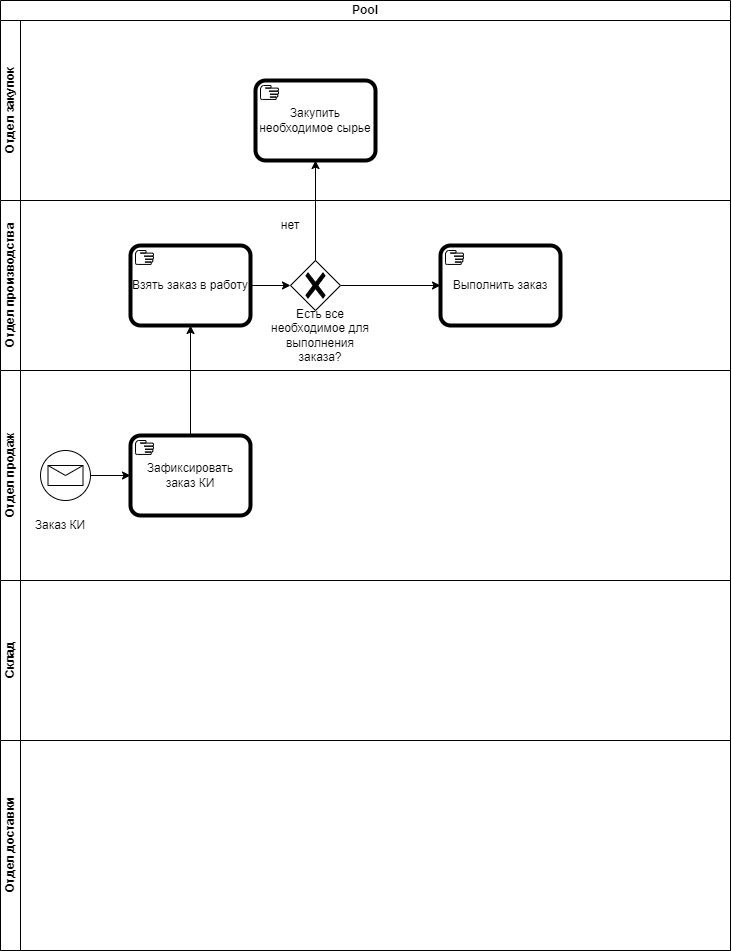
Before: BPMN.drawio.png, a diagram exported from draw.io (SofiyaBrodnikova/-educational). Source tidied: cells renumbered, new cells last; positions are measured from the earlier drawing's top-left corner, leaving out a move shared by most shapes. The source it was exported from:
```xml
<mxGraphModel>
  <root>
    <mxCell id="0" />
    <mxCell id="1" parent="0" />
    <mxCell id="2" value="Pool" style="swimlane;html=1;horizontal=1;startSize=20;whiteSpace=wrap;" parent="1" vertex="1">
      <mxGeometry width="730" height="950" as="geometry" />
    </mxCell>
    <mxCell id="3" value="Отдел закупок" style="swimlane;html=1;startSize=20;horizontal=0;" parent="2" vertex="1">
      <mxGeometry y="20" width="730" height="180" as="geometry" />
    </mxCell>
    <mxCell id="4" value="Закупить необходимое сырье" style="points=[[0.25,0,0],[0.5,0,0],[0.75,0,0],[1,0.25,0],[1,0.5,0],[1,0.75,0],[0.75,1,0],[0.5,1,0],[0.25,1,0],[0,0.75,0],[0,0.5,0],[0,0.25,0]];shape=mxgraph.bpmn.task2;whiteSpace=wrap;rectStyle=rounded;size=10;html=1;bpmnShapeType=call;taskMarker=manual;" parent="3" vertex="1">
      <mxGeometry x="255" y="60" width="120" height="80" as="geometry" />
    </mxCell>
    <mxCell id="5" value="Отдел производства" style="swimlane;html=1;startSize=20;horizontal=0;" parent="2" vertex="1">
      <mxGeometry y="200" width="730" height="170" as="geometry" />
    </mxCell>
    <mxCell id="6" value="Взять заказ в работу" style="points=[[0.25,0,0],[0.5,0,0],[0.75,0,0],[1,0.25,0],[1,0.5,0],[1,0.75,0],[0.75,1,0],[0.5,1,0],[0.25,1,0],[0,0.75,0],[0,0.5,0],[0,0.25,0]];shape=mxgraph.bpmn.task2;whiteSpace=wrap;rectStyle=rounded;size=10;html=1;bpmnShapeType=call;taskMarker=manual;" parent="5" vertex="1">
      <mxGeometry x="130" y="45" width="120" height="80" as="geometry" />
    </mxCell>
    <mxCell id="7" style="edgeStyle=orthogonalEdgeStyle;rounded=0;jettySize=auto;html=1;exitX=1;exitY=0.5;exitDx=0;exitDy=0;exitPerimeter=0;" parent="5" edge="1" source="8" target="12">
      <mxGeometry relative="1" as="geometry" />
    </mxCell>
    <mxCell id="8" style="points=[[0.25,0.25,0],[0.5,0,0],[0.75,0.25,0],[1,0.5,0],[0.75,0.75,0],[0.5,1,0],[0.25,0.75,0],[0,0.5,0]];shape=mxgraph.bpmn.gateway2;html=1;verticalLabelPosition=bottom;labelBackgroundColor=#ffffff;verticalAlign=top;align=center;perimeter=rhombusPerimeter;outlineConnect=0;outline=none;symbol=none;gwType=exclusive;" parent="5" vertex="1">
      <mxGeometry x="290" y="60" width="50" height="50" as="geometry" />
    </mxCell>
    <mxCell id="9" value="Есть все необходимое для выполнения заказа?" style="text;strokeColor=none;align=center;fillColor=none;html=1;verticalAlign=middle;whiteSpace=wrap;rounded=0;" parent="5" vertex="1">
      <mxGeometry x="270" y="110" width="100" height="50" as="geometry" />
    </mxCell>
    <mxCell id="10" style="edgeStyle=orthogonalEdgeStyle;rounded=0;jettySize=auto;html=1;exitX=1;exitY=0.5;exitDx=0;exitDy=0;exitPerimeter=0;entryX=0;entryY=0.5;entryDx=0;entryDy=0;entryPerimeter=0;" parent="5" edge="1" source="6" target="8">
      <mxGeometry relative="1" as="geometry" />
    </mxCell>
    <mxCell id="11" value="нет" style="text;strokeColor=none;align=center;fillColor=none;html=1;verticalAlign=middle;whiteSpace=wrap;rounded=0;" parent="5" vertex="1">
      <mxGeometry x="260" y="10" width="60" height="30" as="geometry" />
    </mxCell>
    <mxCell id="12" value="Выполнить заказ" style="points=[[0.25,0,0],[0.5,0,0],[0.75,0,0],[1,0.25,0],[1,0.5,0],[1,0.75,0],[0.75,1,0],[0.5,1,0],[0.25,1,0],[0,0.75,0],[0,0.5,0],[0,0.25,0]];shape=mxgraph.bpmn.task2;whiteSpace=wrap;rectStyle=rounded;size=10;html=1;bpmnShapeType=call;taskMarker=manual;" parent="5" vertex="1">
      <mxGeometry x="440" y="45" width="120" height="80" as="geometry" />
    </mxCell>
    <mxCell id="13" value="Отдел продаж" style="swimlane;html=1;startSize=20;horizontal=0;" parent="2" vertex="1">
      <mxGeometry y="370" width="730" height="210" as="geometry" />
    </mxCell>
    <mxCell id="14" value="Зафиксировать заказ КИ" style="points=[[0.25,0,0],[0.5,0,0],[0.75,0,0],[1,0.25,0],[1,0.5,0],[1,0.75,0],[0.75,1,0],[0.5,1,0],[0.25,1,0],[0,0.75,0],[0,0.5,0],[0,0.25,0]];shape=mxgraph.bpmn.task2;whiteSpace=wrap;rectStyle=rounded;size=10;html=1;bpmnShapeType=call;taskMarker=manual;" parent="13" vertex="1">
      <mxGeometry x="130" y="65" width="120" height="80" as="geometry" />
    </mxCell>
    <mxCell id="15" style="points=[[0.145,0.145,0],[0.5,0,0],[0.855,0.145,0],[1,0.5,0],[0.855,0.855,0],[0.5,1,0],[0.145,0.855,0],[0,0.5,0]];shape=mxgraph.bpmn.event;html=1;verticalLabelPosition=bottom;labelBackgroundColor=#ffffff;verticalAlign=top;align=center;perimeter=ellipsePerimeter;outlineConnect=0;outline=standard;symbol=message;" parent="13" vertex="1">
      <mxGeometry x="40" y="80" width="50" height="50" as="geometry" />
    </mxCell>
    <mxCell id="16" style="edgeStyle=orthogonalEdgeStyle;rounded=0;jettySize=auto;html=1;exitX=1;exitY=0.5;exitDx=0;exitDy=0;exitPerimeter=0;entryX=0;entryY=0.5;entryDx=0;entryDy=0;entryPerimeter=0;" parent="13" edge="1" source="15" target="14">
      <mxGeometry relative="1" as="geometry" />
    </mxCell>
    <mxCell id="17" value="Заказ КИ" style="text;strokeColor=none;align=center;fillColor=none;html=1;verticalAlign=middle;whiteSpace=wrap;rounded=0;" parent="13" vertex="1">
      <mxGeometry x="30" y="140" width="60" height="30" as="geometry" />
    </mxCell>
    <mxCell id="18" value="Склад" style="swimlane;html=1;startSize=20;horizontal=0;" parent="2" vertex="1">
      <mxGeometry y="580" width="730" height="160" as="geometry" />
    </mxCell>
    <mxCell id="19" value="Отдел доставки" style="swimlane;html=1;startSize=20;horizontal=0;" parent="2" vertex="1">
      <mxGeometry y="740" width="730" height="210" as="geometry" />
    </mxCell>
    <mxCell id="20" style="edgeStyle=orthogonalEdgeStyle;rounded=0;jettySize=auto;html=1;exitX=0.5;exitY=0;exitDx=0;exitDy=0;exitPerimeter=0;entryX=0.5;entryY=1;entryDx=0;entryDy=0;entryPerimeter=0;" parent="2" edge="1" source="14" target="6">
      <mxGeometry relative="1" as="geometry" />
    </mxCell>
    <mxCell id="21" style="edgeStyle=orthogonalEdgeStyle;rounded=0;jettySize=auto;html=1;exitX=0.5;exitY=0;exitDx=0;exitDy=0;exitPerimeter=0;entryX=0.5;entryY=1;entryDx=0;entryDy=0;entryPerimeter=0;" parent="2" edge="1" source="8" target="4">
      <mxGeometry relative="1" as="geometry" />
    </mxCell>
  </root>
</mxGraphModel>
```
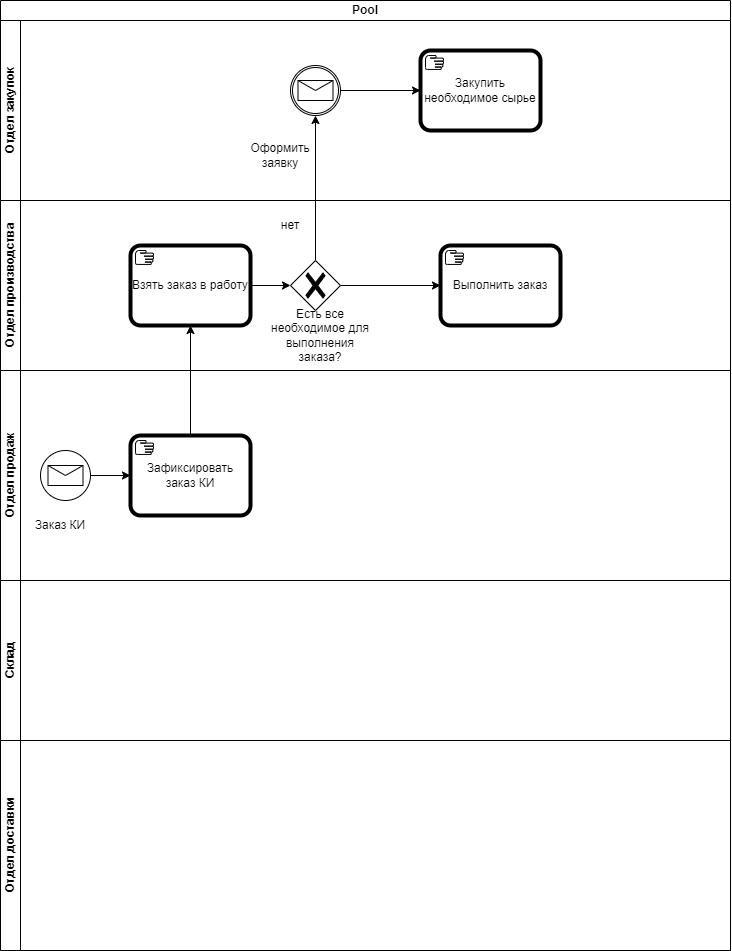
The same file after the commit.

The edit, as a diff of the source:
```diff
@@ -9,8 +9,17 @@
       <mxGeometry y="20" width="730" height="180" as="geometry" />
     </mxCell>
     <mxCell id="4" value="Закупить необходимое сырье" style="points=[[0.25,0,0],[0.5,0,0],[0.75,0,0],[1,0.25,0],[1,0.5,0],[1,0.75,0],[0.75,1,0],[0.5,1,0],[0.25,1,0],[0,0.75,0],[0,0.5,0],[0,0.25,0]];shape=mxgraph.bpmn.task2;whiteSpace=wrap;rectStyle=rounded;size=10;html=1;bpmnShapeType=call;taskMarker=manual;" parent="3" vertex="1">
-      <mxGeometry x="255" y="60" width="120" height="80" as="geometry" />
+      <mxGeometry x="420" y="30" width="120" height="80" as="geometry" />
     </mxCell>
+    <mxCell id="22" style="points=[[0.145,0.145,0],[0.5,0,0],[0.855,0.145,0],[1,0.5,0],[0.855,0.855,0],[0.5,1,0],[0.145,0.855,0],[0,0.5,0]];shape=mxgraph.bpmn.event;html=1;verticalLabelPosition=bottom;labelBackgroundColor=#ffffff;verticalAlign=top;align=center;perimeter=ellipsePerimeter;outlineConnect=0;outline=catching;symbol=message;" parent="3" vertex="1">
+      <mxGeometry x="290" y="45" width="50" height="50" as="geometry" />
+    </mxCell>
+    <mxCell id="23" value="Оформить заявку" style="text;strokeColor=none;align=center;fillColor=none;html=1;verticalAlign=middle;whiteSpace=wrap;rounded=0;" parent="3" vertex="1">
+      <mxGeometry x="250" y="120" width="60" height="30" as="geometry" />
+    </mxCell>
+    <mxCell id="24" style="edgeStyle=orthogonalEdgeStyle;rounded=0;jettySize=auto;html=1;exitX=1;exitY=0.5;exitDx=0;exitDy=0;exitPerimeter=0;entryX=0;entryY=0.5;entryDx=0;entryDy=0;entryPerimeter=0;" parent="3" edge="1" source="22" target="4">
+      <mxGeometry relative="1" as="geometry" />
+    </mxCell>
     <mxCell id="5" value="Отдел производства" style="swimlane;html=1;startSize=20;horizontal=0;" parent="2" vertex="1">
       <mxGeometry y="200" width="730" height="170" as="geometry" />
     </mxCell>
@@ -59,8 +68,8 @@
     <mxCell id="20" style="edgeStyle=orthogonalEdgeStyle;rounded=0;jettySize=auto;html=1;exitX=0.5;exitY=0;exitDx=0;exitDy=0;exitPerimeter=0;entryX=0.5;entryY=1;entryDx=0;entryDy=0;entryPerimeter=0;" parent="2" edge="1" source="14" target="6">
       <mxGeometry relative="1" as="geometry" />
     </mxCell>
-    <mxCell id="21" style="edgeStyle=orthogonalEdgeStyle;rounded=0;jettySize=auto;html=1;exitX=0.5;exitY=0;exitDx=0;exitDy=0;exitPerimeter=0;entryX=0.5;entryY=1;entryDx=0;entryDy=0;entryPerimeter=0;" parent="2" edge="1" source="8" target="4">
-      <mxGeometry relative="1" as="geometry" />
-    </mxCell>
+    <mxCell id="25" style="edgeStyle=orthogonalEdgeStyle;rounded=0;jettySize=auto;html=1;exitX=0.5;exitY=0;exitDx=0;exitDy=0;exitPerimeter=0;" parent="2" edge="1" source="8" target="22">
+      <mxGeometry relative="1" as="geometry" />
+    </mxCell>
   </root>
 </mxGraphModel>
```
